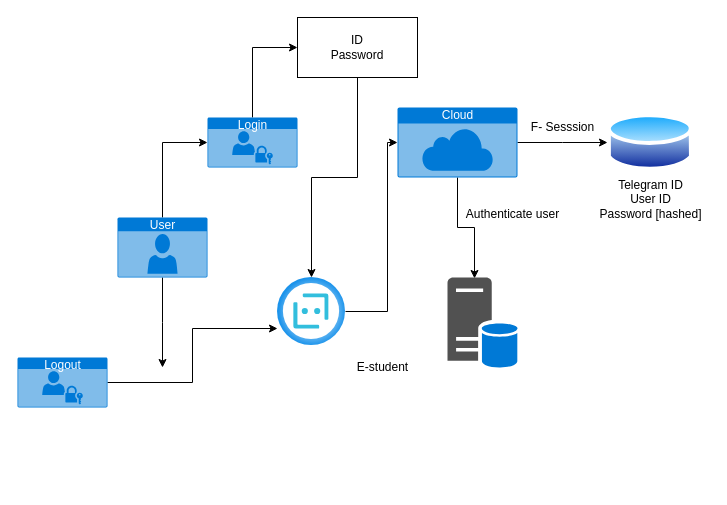
This is Tele Stuff.drawio from Gamer100000/File-System, a draw.io file, before an edit. Source tidied: cells renumbered, new cells numbered last; positions are measured from the earlier drawing's top-left corner, leaving out a move shared by most shapes. Both pictures are drawn from the tidied source at 100%, with x=0, y=0 at pixel (17, 17).
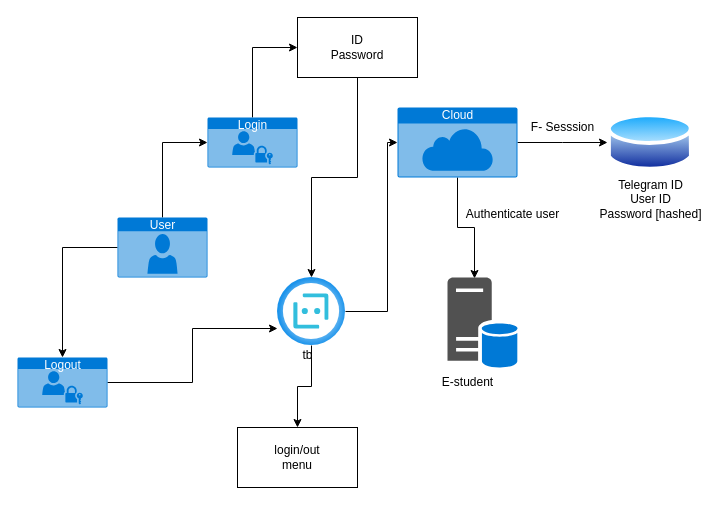
After the change.

Unchanged cells that the change refers to:
```xml
<mxCell id="13" value="User" style="html=1;strokeColor=none;fillColor=#0079D6;labelPosition=center;verticalLabelPosition=middle;verticalAlign=top;align=center;fontSize=12;outlineConnect=0;spacingTop=-6;fontColor=#FFFFFF;sketch=0;shape=mxgraph.sitemap.user;" parent="1" vertex="1">
  <mxGeometry x="100" y="200" width="90" height="60" as="geometry" />
</mxCell>
<mxCell id="15" style="html=1;points=[];align=center;image;fontSize=12;image=img/lib/azure2/ai_machine_learning/Bot_Services.svg;" parent="1" vertex="1">
  <mxGeometry x="260" y="260" width="68" height="68" as="geometry" />
</mxCell>
<mxCell id="21" value="Logout" style="html=1;strokeColor=none;fillColor=#0079D6;labelPosition=center;verticalLabelPosition=middle;verticalAlign=top;align=center;fontSize=12;outlineConnect=0;spacingTop=-6;fontColor=#FFFFFF;sketch=0;shape=mxgraph.sitemap.login;" parent="1" vertex="1">
  <mxGeometry y="340" width="90" height="50" as="geometry" />
</mxCell>
```

Diff of the diagram source:
```diff
@@
-    <mxCell id="12" style="edgeStyle=orthogonalEdgeStyle;rounded=0;jettySize=auto;html=1;entryX=0.5;entryY=0;entryDx=0;entryDy=0;entryPerimeter=0;" parent="1" edge="1" source="13">
-      <mxGeometry relative="1" as="geometry">
-        <mxPoint x="145" y="350" as="targetPoint" />
-      </mxGeometry>
+    <mxCell id="12" style="edgeStyle=orthogonalEdgeStyle;rounded=0;jettySize=auto;html=1;entryX=0.5;entryY=0;entryDx=0;entryDy=0;entryPerimeter=0;" parent="1" edge="1" source="13" target="21">
+      <mxGeometry relative="1" as="geometry" />
     </mxCell>
@@
+    <mxCell id="22" style="edgeStyle=orthogonalEdgeStyle;rounded=0;jettySize=auto;html=1;" parent="1" edge="1" source="15" target="24">
+      <mxGeometry relative="1" as="geometry" />
+    </mxCell>
@@
     <mxCell id="17" value="E-student" style="text;html=1;align=center;verticalAlign=middle;strokeColor=none;fillColor=none;" parent="1" vertex="1">
-      <mxGeometry x="330" y="340" width="70" height="20" as="geometry" />
+      <mxGeometry x="415" y="355" width="70" height="20" as="geometry" />
     </mxCell>
@@
+    <mxCell id="23" value="tb" style="text;html=1;align=center;verticalAlign=middle;strokeColor=none;fillColor=none;" parent="1" vertex="1">
+      <mxGeometry x="275" y="328" width="30" height="20" as="geometry" />
+    </mxCell>
+    <mxCell id="24" value="&lt;div&gt;login/out&lt;/div&gt;&lt;div&gt;menu&lt;/div&gt;" style="rounded=0;whiteSpace=wrap;html=1;" parent="1" vertex="1">
+      <mxGeometry x="220" y="410" width="120" height="60" as="geometry" />
+    </mxCell>
```
